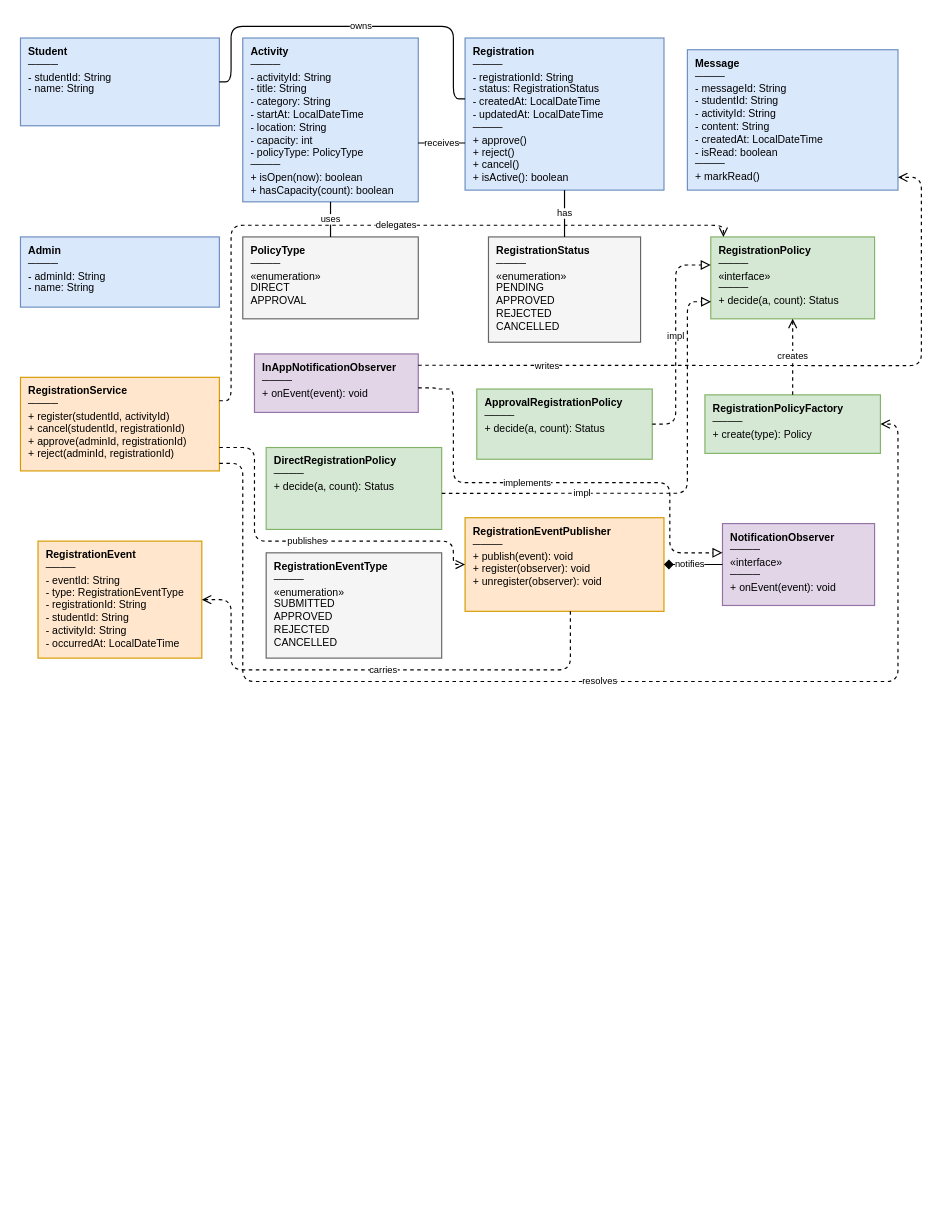
The draw.io diagram page "02 类图" (2 of 5) of docs/design/diagrams/CampusEvent-design.drawio in Cynyun/CampusEvent, before the edit. Source tidied: cells renumbered, new cells numbered last; positions are measured from the earlier drawing's top-left corner, leaving out a move shared by most shapes. Both pictures are drawn from the tidied source at 117%, with x=0, y=0 at pixel (20, 26).
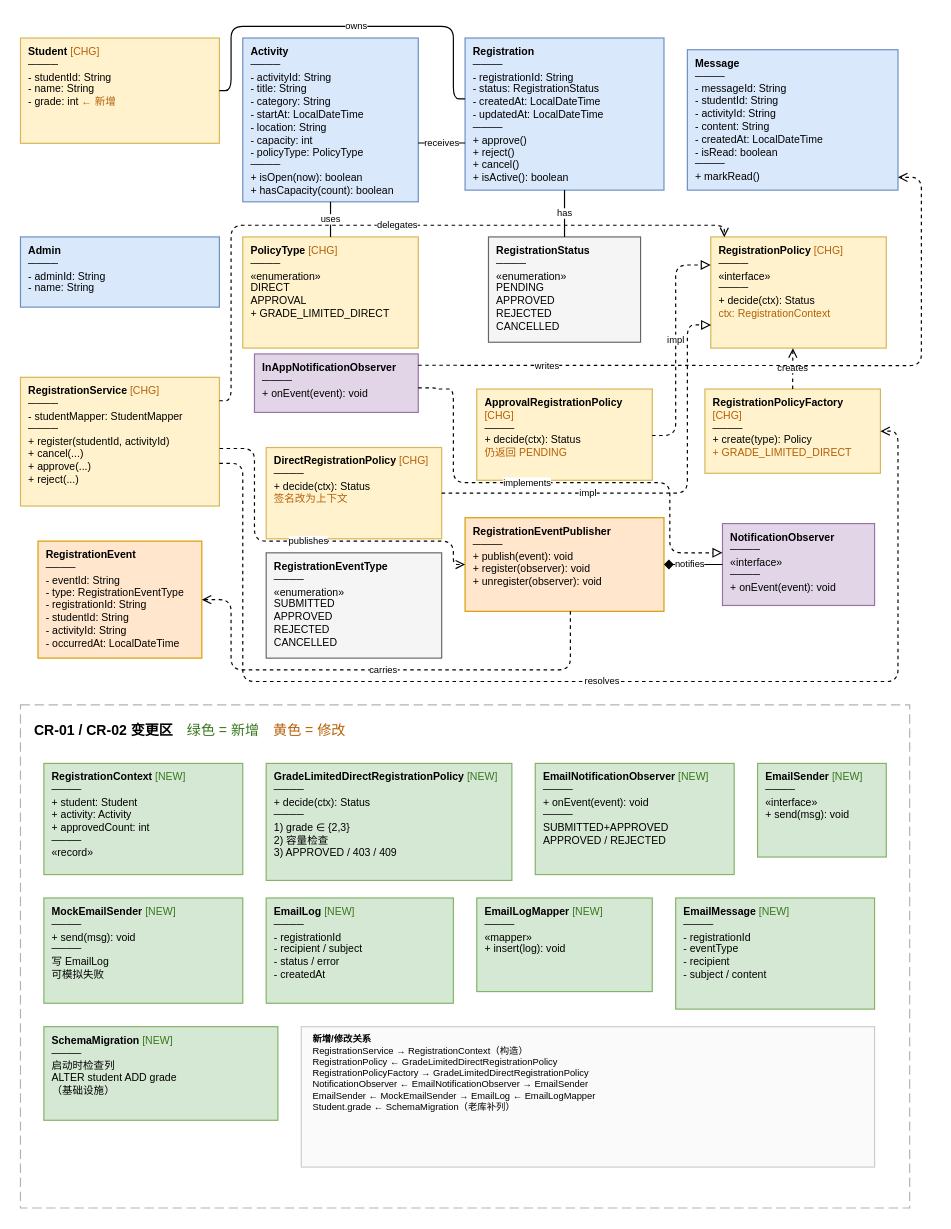
After the change.

Unchanged cells that the change refers to:
```xml
<mxCell id="4" value="&lt;b&gt;Registration&lt;/b&gt;&lt;br&gt;────&lt;br&gt;- registrationId: String&lt;br&gt;- status: RegistrationStatus&lt;br&gt;- createdAt: LocalDateTime&lt;br&gt;- updatedAt: LocalDateTime&lt;br&gt;────&lt;br&gt;+ approve()&lt;br&gt;+ reject()&lt;br&gt;+ cancel()&lt;br&gt;+ isActive(): boolean" style="rounded=0;fillColor=#dae8fc;strokeColor=#6c8ebf;fontSize=9;align=left;verticalAlign=top;spacingLeft=5;spacingRight=5;whiteSpace=wrap;html=1;" parent="1" vertex="1">
  <mxGeometry x="380" y="10" width="170" height="130" as="geometry" />
</mxCell>
<mxCell id="17" value="&lt;b&gt;RegistrationEventPublisher&lt;/b&gt;&lt;br&gt;────&lt;br&gt;+ publish(event): void&lt;br&gt;+ register(observer): void&lt;br&gt;+ unregister(observer): void" style="rounded=0;fillColor=#ffe6cc;strokeColor=#d79b00;fontSize=9;align=left;verticalAlign=top;spacingLeft=5;spacingRight=5;whiteSpace=wrap;html=1;" parent="1" vertex="1">
  <mxGeometry x="380" y="420" width="170" height="80" as="geometry" />
</mxCell>
```

What changed in the source:
```diff
@@
-    <mxCell id="2" value="&lt;b&gt;Student&lt;/b&gt;&lt;br&gt;────&lt;br&gt;- studentId: String&lt;br&gt;- name: String" style="rounded=0;fillColor=#dae8fc;strokeColor=#6c8ebf;fontSize=9;align=left;verticalAlign=top;spacingLeft=5;spacingRight=5;whiteSpace=wrap;html=1;" parent="1" vertex="1">
-      <mxGeometry y="10" width="170" height="75" as="geometry" />
+    <mxCell id="2" value="&lt;b&gt;Student&lt;/b&gt; &lt;font color=&quot;#b45f06&quot;&gt;[CHG]&lt;/font&gt;&lt;br&gt;────&lt;br&gt;- studentId: String&lt;br&gt;- name: String&lt;br&gt;- grade: int &lt;font color=&quot;#b45f06&quot;&gt;← 新增&lt;/font&gt;" style="rounded=0;fontSize=9;align=left;verticalAlign=top;spacingLeft=5;spacingRight=5;whiteSpace=wrap;html=1;fillColor=#fff2cc;strokeColor=#d6b656;" parent="1" vertex="1">
+      <mxGeometry y="10" width="170" height="90" as="geometry" />
     </mxCell>
@@
-    <mxCell id="7" value="&lt;b&gt;PolicyType&lt;/b&gt;&lt;br&gt;────&lt;br&gt;«enumeration»&lt;br&gt;DIRECT&lt;br&gt;APPROVAL" style="rounded=0;fillColor=#f5f5f5;strokeColor=#666666;fontSize=9;align=left;verticalAlign=top;spacingLeft=5;spacingRight=5;whiteSpace=wrap;html=1;" parent="1" vertex="1">
-      <mxGeometry x="190" y="180" width="150" height="70" as="geometry" />
+    <mxCell id="7" value="&lt;b&gt;PolicyType&lt;/b&gt; &lt;font color=&quot;#b45f06&quot;&gt;[CHG]&lt;/font&gt;&lt;br&gt;────&lt;br&gt;«enumeration»&lt;br&gt;DIRECT&lt;br&gt;APPROVAL&lt;br&gt;+ GRADE_LIMITED_DIRECT" style="rounded=0;fontSize=9;align=left;verticalAlign=top;spacingLeft=5;spacingRight=5;whiteSpace=wrap;html=1;fillColor=#fff2cc;strokeColor=#d6b656;" parent="1" vertex="1">
+      <mxGeometry x="190" y="180" width="150" height="95" as="geometry" />
     </mxCell>
@@
-    <mxCell id="9" value="&lt;b&gt;RegistrationPolicy&lt;/b&gt;&lt;br&gt;────&lt;br&gt;«interface»&lt;br&gt;────&lt;br&gt;+ decide(a, count): Status" style="rounded=0;fillColor=#d5e8d4;strokeColor=#82b366;fontSize=9;align=left;verticalAlign=top;spacingLeft=5;spacingRight=5;whiteSpace=wrap;html=1;" parent="1" vertex="1">
-      <mxGeometry x="590" y="180" width="140" height="70" as="geometry" />
+    <mxCell id="9" value="&lt;b&gt;RegistrationPolicy&lt;/b&gt; &lt;font color=&quot;#b45f06&quot;&gt;[CHG]&lt;/font&gt;&lt;br&gt;────&lt;br&gt;«interface»&lt;br&gt;────&lt;br&gt;+ decide(ctx): Status&lt;br&gt;&lt;font color=&quot;#b45f06&quot;&gt;ctx: RegistrationContext&lt;/font&gt;" style="rounded=0;fontSize=9;align=left;verticalAlign=top;spacingLeft=5;spacingRight=5;whiteSpace=wrap;html=1;fillColor=#fff2cc;strokeColor=#d6b656;" parent="1" vertex="1">
+      <mxGeometry x="590" y="180" width="150" height="95" as="geometry" />
     </mxCell>
@@
-    <mxCell id="11" value="&lt;b&gt;DirectRegistrationPolicy&lt;/b&gt;&lt;br&gt;────&lt;br&gt;+ decide(a, count): Status" style="rounded=0;fillColor=#d5e8d4;strokeColor=#82b366;fontSize=9;align=left;verticalAlign=top;spacingLeft=5;spacingRight=5;whiteSpace=wrap;html=1;" parent="1" vertex="1">
-      <mxGeometry x="210" y="360" width="150" height="70" as="geometry" />
+    <mxCell id="11" value="&lt;b&gt;DirectRegistrationPolicy&lt;/b&gt; &lt;font color=&quot;#b45f06&quot;&gt;[CHG]&lt;/font&gt;&lt;br&gt;────&lt;br&gt;+ decide(ctx): Status&lt;br&gt;&lt;font color=&quot;#b45f06&quot;&gt;签名改为上下文&lt;/font&gt;" style="rounded=0;fontSize=9;align=left;verticalAlign=top;spacingLeft=5;spacingRight=5;whiteSpace=wrap;html=1;fillColor=#fff2cc;strokeColor=#d6b656;" parent="1" vertex="1">
+      <mxGeometry x="210" y="360" width="150" height="78" as="geometry" />
     </mxCell>
-    <mxCell id="12" value="&lt;b&gt;ApprovalRegistrationPolicy&lt;/b&gt;&lt;br&gt;────&lt;br&gt;+ decide(a, count): Status" style="rounded=0;fillColor=#d5e8d4;strokeColor=#82b366;fontSize=9;align=left;verticalAlign=top;spacingLeft=5;spacingRight=5;whiteSpace=wrap;html=1;" parent="1" vertex="1">
-      <mxGeometry x="390" y="310" width="150" height="60" as="geometry" />
+    <mxCell id="12" value="&lt;b&gt;ApprovalRegistrationPolicy&lt;/b&gt; &lt;font color=&quot;#b45f06&quot;&gt;[CHG]&lt;/font&gt;&lt;br&gt;────&lt;br&gt;+ decide(ctx): Status&lt;br&gt;&lt;font color=&quot;#b45f06&quot;&gt;仍返回 PENDING&lt;/font&gt;" style="rounded=0;fontSize=9;align=left;verticalAlign=top;spacingLeft=5;spacingRight=5;whiteSpace=wrap;html=1;fillColor=#fff2cc;strokeColor=#d6b656;" parent="1" vertex="1">
+      <mxGeometry x="390" y="310" width="150" height="78" as="geometry" />
     </mxCell>
-    <mxCell id="13" value="&lt;b&gt;RegistrationPolicyFactory&lt;/b&gt;&lt;br&gt;────&lt;br&gt;+ create(type): Policy" style="rounded=0;fillColor=#d5e8d4;strokeColor=#82b366;fontSize=9;align=left;verticalAlign=top;spacingLeft=5;spacingRight=5;whiteSpace=wrap;html=1;" parent="1" vertex="1">
-      <mxGeometry x="585" y="315" width="150" height="50" as="geometry" />
+    <mxCell id="13" value="&lt;b&gt;RegistrationPolicyFactory&lt;/b&gt; &lt;font color=&quot;#b45f06&quot;&gt;[CHG]&lt;/font&gt;&lt;br&gt;────&lt;br&gt;+ create(type): Policy&lt;br&gt;&lt;font color=&quot;#b45f06&quot;&gt;+ GRADE_LIMITED_DIRECT&lt;/font&gt;" style="rounded=0;fontSize=9;align=left;verticalAlign=top;spacingLeft=5;spacingRight=5;whiteSpace=wrap;html=1;fillColor=#fff2cc;strokeColor=#d6b656;" parent="1" vertex="1">
+      <mxGeometry x="585" y="310" width="150" height="72" as="geometry" />
     </mxCell>
-    <mxCell id="14" value="&lt;b&gt;RegistrationService&lt;/b&gt;&lt;br&gt;────&lt;br&gt;+ register(studentId, activityId)&lt;br&gt;+ cancel(studentId, registrationId)&lt;br&gt;+ approve(adminId, registrationId)&lt;br&gt;+ reject(adminId, registrationId)" style="rounded=0;fillColor=#ffe6cc;strokeColor=#d79b00;fontSize=9;align=left;verticalAlign=top;spacingLeft=5;spacingRight=5;whiteSpace=wrap;html=1;" parent="1" vertex="1">
-      <mxGeometry y="300" width="170" height="80" as="geometry" />
+    <mxCell id="14" value="&lt;b&gt;RegistrationService&lt;/b&gt; &lt;font color=&quot;#b45f06&quot;&gt;[CHG]&lt;/font&gt;&lt;br&gt;────&lt;br&gt;- studentMapper: StudentMapper&lt;br&gt;────&lt;br&gt;+ register(studentId, activityId)&lt;br&gt;+ cancel(...)&lt;br&gt;+ approve(...)&lt;br&gt;+ reject(...)" style="rounded=0;fontSize=9;align=left;verticalAlign=top;spacingLeft=5;spacingRight=5;whiteSpace=wrap;html=1;fillColor=#fff2cc;strokeColor=#d6b656;" parent="1" vertex="1">
+      <mxGeometry y="300" width="170" height="110" as="geometry" />
     </mxCell>
@@
     <mxCell id="19" value="owns" style="edgeStyle=orthogonalEdgeStyle;endArrow=none;fontSize=8;exitX=1;exitY=0.5;entryX=0;entryY=0.4;html=1;" parent="1" edge="1" source="2" target="4">
       <mxGeometry x="0.05" relative="1" as="geometry">
         <Array as="points">
-          <mxPoint x="180" y="47.5" />
+          <mxPoint x="180" y="55" />
           <mxPoint x="180" />
           <mxPoint x="370" />
           <mxPoint x="370" y="62" />
         </Array>
       </mxGeometry>
     </mxCell>
@@
-    <mxCell id="23" value="impl" style="endArrow=block;dashed=1;endFill=0;fontSize=8;html=1;edgeStyle=orthogonalEdgeStyle;exitX=1.001;exitY=0.559;entryX=0.002;entryY=0.792;exitDx=0;exitDy=0;exitPerimeter=0;entryDx=0;entryDy=0;entryPerimeter=0;" parent="1" edge="1" source="11" target="9">
-      <mxGeometry x="-0.39" relative="1" as="geometry">
+    <mxCell id="23" value="impl" style="endArrow=block;dashed=1;endFill=0;fontSize=8;html=1;edgeStyle=orthogonalEdgeStyle;exitX=1;exitY=0.5;entryX=0.002;entryY=0.792;exitDx=0;exitDy=0;entryDx=0;entryDy=0;entryPerimeter=0;" parent="1" edge="1" source="11" target="9">
+      <mxGeometry x="-0.33" relative="1" as="geometry">
         <Array as="points">
-          <mxPoint x="570" y="399.1" />
-          <mxPoint x="570" y="235.4" />
+          <mxPoint x="570" y="399" />
+          <mxPoint x="570" y="255.2" />
         </Array>
       </mxGeometry>
     </mxCell>
-    <mxCell id="24" value="impl" style="endArrow=block;dashed=1;endFill=0;fontSize=8;html=1;edgeStyle=orthogonalEdgeStyle;labelBackgroundColor=#ffffff;exitX=1;exitY=0.5;" parent="1" edge="1" source="12">
-      <mxGeometry x="0.02" relative="1" as="geometry">
+    <mxCell id="24" value="impl" style="endArrow=block;dashed=1;endFill=0;fontSize=8;html=1;edgeStyle=orthogonalEdgeStyle;labelBackgroundColor=#ffffff;exitX=0.999;exitY=0.509;exitDx=0;exitDy=0;exitPerimeter=0;" parent="1" edge="1" source="12">
+      <mxGeometry x="0.04" relative="1" as="geometry">
         <mxPoint x="590" y="204" as="targetPoint" />
         <Array as="points">
-          <mxPoint x="560" y="340" />
+          <mxPoint x="560" y="349.7" />
           <mxPoint x="560" y="204" />
         </Array>
       </mxGeometry>
     </mxCell>
-    <mxCell id="25" value="creates" style="edgeStyle=orthogonalEdgeStyle;endArrow=open;dashed=1;fontSize=8;exitX=0.5;exitY=0;entryX=0.5;entryY=1;html=1;" parent="1" edge="1" source="13" target="9">
+    <mxCell id="25" value="creates" style="edgeStyle=orthogonalEdgeStyle;endArrow=open;dashed=1;fontSize=8;exitX=0.5;exitY=0;entryX=0.468;entryY=1.002;html=1;entryDx=0;entryDy=0;entryPerimeter=0;" parent="1" edge="1" source="13" target="9">
       <mxGeometry relative="1" as="geometry" />
     </mxCell>
-    <mxCell id="26" value="delegates" style="edgeStyle=orthogonalEdgeStyle;endArrow=open;dashed=1;fontSize=8;exitX=1;exitY=0.25;entryX=0.077;entryY=0.002;html=1;entryDx=0;entryDy=0;entryPerimeter=0;" parent="1" edge="1" source="14" target="9">
+    <mxCell id="26" value="delegates" style="edgeStyle=orthogonalEdgeStyle;endArrow=open;dashed=1;fontSize=8;entryX=0.077;entryY=0.002;html=1;entryDx=0;entryDy=0;entryPerimeter=0;" parent="1" edge="1" target="9">
       <mxGeometry x="0.02" relative="1" as="geometry">
+        <mxPoint x="170" y="320" as="sourcePoint" />
         <Array as="points">
+          <mxPoint x="170.2" y="320" />
           <mxPoint x="180" y="320" />
           <mxPoint x="180" y="170" />
-          <mxPoint x="600.8" y="170" />
+          <mxPoint x="601.6" y="170" />
         </Array>
       </mxGeometry>
     </mxCell>
-    <mxCell id="27" value="publishes" style="edgeStyle=orthogonalEdgeStyle;endArrow=open;dashed=1;fontSize=8;exitX=1;exitY=0.75;entryX=0;entryY=0.5;html=1;" parent="1" edge="1" source="14" target="17">
+    <mxCell id="27" value="publishes" style="edgeStyle=orthogonalEdgeStyle;endArrow=open;dashed=1;fontSize=8;exitX=1.001;exitY=0.553;entryX=0;entryY=0.5;html=1;exitDx=0;exitDy=0;exitPerimeter=0;" parent="1" edge="1" source="14" target="17">
       <mxGeometry relative="1" as="geometry">
         <Array as="points">
-          <mxPoint x="200" y="360" />
+          <mxPoint x="200" y="360.8" />
           <mxPoint x="200" y="440" />
           <mxPoint x="370" y="440" />
           <mxPoint x="370" y="460" />
         </Array>
       </mxGeometry>
     </mxCell>
@@
     <mxCell id="32" value="resolves" style="edgeStyle=orthogonalEdgeStyle;endArrow=open;dashed=1;fontSize=8;labelBackgroundColor=#ffffff;exitX=1;exitY=0.95;entryX=1;entryY=0.5;html=1;entryDx=0;entryDy=0;" parent="1" edge="1" target="13">
-      <mxGeometry x="0.02" relative="1" as="geometry">
+      <mxGeometry x="0.03" relative="1" as="geometry">
         <mxPoint x="170" y="373.5" as="sourcePoint" />
         <Array as="points">
           <mxPoint x="190" y="373.5" />
           <mxPoint x="190" y="560" />
           <mxPoint x="750" y="560" />
-          <mxPoint x="750" y="340" />
+          <mxPoint x="750" y="346" />
         </Array>
       </mxGeometry>
     </mxCell>
@@
+    <mxCell id="34" style="rounded=0;dashed=1;dashPattern=8 4;fillColor=none;strokeColor=#b3b3b3;whiteSpace=wrap;html=1;" parent="1" vertex="1">
+      <mxGeometry y="580" width="760" height="430" as="geometry" />
+    </mxCell>
+    <mxCell id="35" value="&lt;b&gt;CR-01 / CR-02 变更区&lt;/b&gt;　&lt;font color=&quot;#38761d&quot;&gt;绿色 = 新增&lt;/font&gt;　&lt;font color=&quot;#b45f06&quot;&gt;黄色 = 修改&lt;/font&gt;" style="text;align=left;verticalAlign=middle;fontSize=12;fillColor=none;strokeColor=none;whiteSpace=wrap;html=1;" parent="1" vertex="1">
+      <mxGeometry x="10" y="588" width="740" height="28" as="geometry" />
+    </mxCell>
+    <mxCell id="36" value="&lt;b&gt;RegistrationContext&lt;/b&gt; &lt;font color=&quot;#38761d&quot;&gt;[NEW]&lt;/font&gt;&lt;br&gt;────&lt;br&gt;+ student: Student&lt;br&gt;+ activity: Activity&lt;br&gt;+ approvedCount: int&lt;br&gt;────&lt;br&gt;«record»" style="rounded=0;fontSize=9;align=left;verticalAlign=top;spacingLeft=5;spacingRight=5;whiteSpace=wrap;html=1;fillColor=#d5e8d4;strokeColor=#82b366;" parent="1" vertex="1">
+      <mxGeometry x="20" y="630" width="170" height="95" as="geometry" />
+    </mxCell>
+    <mxCell id="37" value="&lt;b&gt;GradeLimitedDirectRegistrationPolicy&lt;/b&gt; &lt;font color=&quot;#38761d&quot;&gt;[NEW]&lt;/font&gt;&lt;br&gt;────&lt;br&gt;+ decide(ctx): Status&lt;br&gt;────&lt;br&gt;1) grade ∈ {2,3}&lt;br&gt;2) 容量检查&lt;br&gt;3) APPROVED / 403 / 409" style="rounded=0;fontSize=9;align=left;verticalAlign=top;spacingLeft=5;spacingRight=5;whiteSpace=wrap;html=1;fillColor=#d5e8d4;strokeColor=#82b366;" parent="1" vertex="1">
+      <mxGeometry x="210" y="630" width="210" height="100" as="geometry" />
+    </mxCell>
+    <mxCell id="38" value="&lt;b&gt;EmailNotificationObserver&lt;/b&gt; &lt;font color=&quot;#38761d&quot;&gt;[NEW]&lt;/font&gt;&lt;br&gt;────&lt;br&gt;+ onEvent(event): void&lt;br&gt;────&lt;br&gt;SUBMITTED+APPROVED&lt;br&gt;APPROVED / REJECTED" style="rounded=0;fontSize=9;align=left;verticalAlign=top;spacingLeft=5;spacingRight=5;whiteSpace=wrap;html=1;fillColor=#d5e8d4;strokeColor=#82b366;" parent="1" vertex="1">
+      <mxGeometry x="440" y="630" width="170" height="95" as="geometry" />
+    </mxCell>
+    <mxCell id="39" value="&lt;b&gt;EmailSender&lt;/b&gt; &lt;font color=&quot;#38761d&quot;&gt;[NEW]&lt;/font&gt;&lt;br&gt;────&lt;br&gt;«interface»&lt;br&gt;+ send(msg): void" style="rounded=0;fontSize=9;align=left;verticalAlign=top;spacingLeft=5;spacingRight=5;whiteSpace=wrap;html=1;fillColor=#d5e8d4;strokeColor=#82b366;" parent="1" vertex="1">
+      <mxGeometry x="630" y="630" width="110" height="80" as="geometry" />
+    </mxCell>
+    <mxCell id="40" value="&lt;b&gt;MockEmailSender&lt;/b&gt; &lt;font color=&quot;#38761d&quot;&gt;[NEW]&lt;/font&gt;&lt;br&gt;────&lt;br&gt;+ send(msg): void&lt;br&gt;────&lt;br&gt;写 EmailLog&lt;br&gt;可模拟失败" style="rounded=0;fontSize=9;align=left;verticalAlign=top;spacingLeft=5;spacingRight=5;whiteSpace=wrap;html=1;fillColor=#d5e8d4;strokeColor=#82b366;" parent="1" vertex="1">
+      <mxGeometry x="20" y="745" width="170" height="90" as="geometry" />
+    </mxCell>
+    <mxCell id="41" value="&lt;b&gt;EmailLog&lt;/b&gt; &lt;font color=&quot;#38761d&quot;&gt;[NEW]&lt;/font&gt;&lt;br&gt;────&lt;br&gt;- registrationId&lt;br&gt;- recipient / subject&lt;br&gt;- status / error&lt;br&gt;- createdAt" style="rounded=0;fontSize=9;align=left;verticalAlign=top;spacingLeft=5;spacingRight=5;whiteSpace=wrap;html=1;fillColor=#d5e8d4;strokeColor=#82b366;" parent="1" vertex="1">
+      <mxGeometry x="210" y="745" width="160" height="90" as="geometry" />
+    </mxCell>
+    <mxCell id="42" value="&lt;b&gt;EmailLogMapper&lt;/b&gt; &lt;font color=&quot;#38761d&quot;&gt;[NEW]&lt;/font&gt;&lt;br&gt;────&lt;br&gt;«mapper»&lt;br&gt;+ insert(log): void" style="rounded=0;fontSize=9;align=left;verticalAlign=top;spacingLeft=5;spacingRight=5;whiteSpace=wrap;html=1;fillColor=#d5e8d4;strokeColor=#82b366;" parent="1" vertex="1">
+      <mxGeometry x="390" y="745" width="150" height="80" as="geometry" />
+    </mxCell>
+    <mxCell id="43" value="&lt;b&gt;EmailMessage&lt;/b&gt; &lt;font color=&quot;#38761d&quot;&gt;[NEW]&lt;/font&gt;&lt;br&gt;────&lt;br&gt;- registrationId&lt;br&gt;- eventType&lt;br&gt;- recipient&lt;br&gt;- subject / content" style="rounded=0;fontSize=9;align=left;verticalAlign=top;spacingLeft=5;spacingRight=5;whiteSpace=wrap;html=1;fillColor=#d5e8d4;strokeColor=#82b366;" parent="1" vertex="1">
+      <mxGeometry x="560" y="745" width="170" height="95" as="geometry" />
+    </mxCell>
+    <mxCell id="44" value="&lt;b&gt;SchemaMigration&lt;/b&gt; &lt;font color=&quot;#38761d&quot;&gt;[NEW]&lt;/font&gt;&lt;br&gt;────&lt;br&gt;启动时检查列&lt;br&gt;ALTER student ADD grade&lt;br&gt;（基础设施）" style="rounded=0;fontSize=9;align=left;verticalAlign=top;spacingLeft=5;spacingRight=5;whiteSpace=wrap;html=1;fillColor=#d5e8d4;strokeColor=#82b366;" parent="1" vertex="1">
+      <mxGeometry x="20" y="855" width="200" height="80" as="geometry" />
+    </mxCell>
+    <mxCell id="45" value="&lt;b&gt;新增/修改关系&lt;/b&gt;&lt;br&gt;RegistrationService → RegistrationContext（构造）&lt;br&gt;RegistrationPolicy ← GradeLimitedDirectRegistrationPolicy&lt;br&gt;RegistrationPolicyFactory → GradeLimitedDirectRegistrationPolicy&lt;br&gt;NotificationObserver ← EmailNotificationObserver → EmailSender&lt;br&gt;EmailSender ← MockEmailSender → EmailLog ← EmailLogMapper&lt;br&gt;Student.grade ← SchemaMigration（老库补列）" style="text;align=left;verticalAlign=top;fontSize=8;fillColor=#fafafa;strokeColor=#cccccc;whiteSpace=wrap;html=1;spacingLeft=8;spacingRight=8;" parent="1" vertex="1">
+      <mxGeometry x="240" y="855" width="490" height="120" as="geometry" />
+    </mxCell>
```
